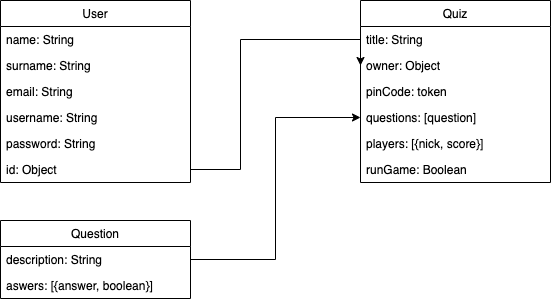
Earlier version of the draw.io export staff/jose-rodriguez/quizzard/quizzard-doc/data-model.png (jmrodri610/skylab-bootcamp-201909). Source tidied: cells renumbered, new cells last; positions are measured from the earlier drawing's top-left corner, leaving out a move shared by most shapes.
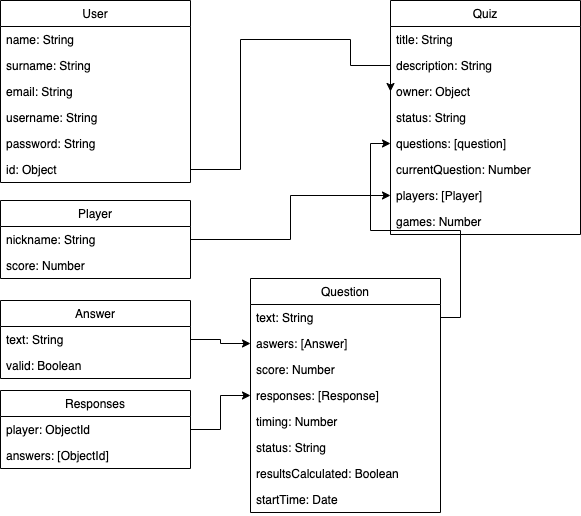
Later version of the same file.

What changed in the source:
```diff
@@ -24,45 +24,107 @@
       <mxGeometry y="156" width="190" height="26" as="geometry" />
     </mxCell>
     <mxCell id="9" value="Quiz" style="swimlane;fontStyle=0;horizontal=1;startSize=26;fillColor=none;" parent="1" vertex="1">
-      <mxGeometry x="360" width="190" height="182" as="geometry" />
+      <mxGeometry x="390" width="190" height="234" as="geometry" />
     </mxCell>
     <mxCell id="10" value="title: String" style="text;strokeColor=none;fillColor=none;align=left;verticalAlign=top;spacingLeft=4;spacingRight=4;overflow=hidden;" parent="9" vertex="1">
       <mxGeometry y="26" width="190" height="26" as="geometry" />
     </mxCell>
+    <mxCell id="21" value="description: String" style="text;strokeColor=none;fillColor=none;align=left;verticalAlign=top;spacingLeft=4;spacingRight=4;overflow=hidden;" parent="9" vertex="1">
+      <mxGeometry y="52" width="190" height="26" as="geometry" />
+    </mxCell>
     <mxCell id="11" value="owner: Object&#10;" style="text;strokeColor=none;fillColor=none;align=left;verticalAlign=top;spacingLeft=4;spacingRight=4;overflow=hidden;points=[[0,0.5],[1,0.5]];portConstraint=eastwest;" parent="9" vertex="1">
-      <mxGeometry y="52" width="190" height="26" as="geometry" />
+      <mxGeometry y="78" width="190" height="26" as="geometry" />
     </mxCell>
-    <mxCell id="12" value="pinCode: token" style="text;strokeColor=none;fillColor=none;align=left;verticalAlign=top;spacingLeft=4;spacingRight=4;overflow=hidden;" parent="9" vertex="1">
-      <mxGeometry y="78" width="190" height="26" as="geometry" />
+    <mxCell id="12" value="status: String" style="text;strokeColor=none;fillColor=none;align=left;verticalAlign=top;spacingLeft=4;spacingRight=4;overflow=hidden;" parent="9" vertex="1">
+      <mxGeometry y="104" width="190" height="26" as="geometry" />
     </mxCell>
     <mxCell id="13" value="questions: [question]" style="text;strokeColor=none;fillColor=none;align=left;verticalAlign=top;spacingLeft=4;spacingRight=4;overflow=hidden;points=[[0,0.5],[1,0.5]];portConstraint=eastwest;" parent="9" vertex="1">
-      <mxGeometry y="104" width="190" height="26" as="geometry" />
+      <mxGeometry y="130" width="190" height="26" as="geometry" />
     </mxCell>
+    <mxCell id="22" value="currentQuestion: Number" style="text;strokeColor=none;fillColor=none;align=left;verticalAlign=top;spacingLeft=4;spacingRight=4;overflow=hidden;" parent="9" vertex="1">
+      <mxGeometry y="156" width="190" height="26" as="geometry" />
+    </mxCell>
-    <mxCell id="14" value="players: [{nick, score}]" style="text;strokeColor=none;fillColor=none;align=left;verticalAlign=top;spacingLeft=4;spacingRight=4;overflow=hidden;points=[[0,0.5],[1,0.5]];portConstraint=eastwest;" parent="9" vertex="1">
-      <mxGeometry y="130" width="190" height="26" as="geometry" />
+    <mxCell id="14" value="players: [Player]" style="text;strokeColor=none;fillColor=none;align=left;verticalAlign=top;spacingLeft=4;spacingRight=4;overflow=hidden;points=[[0,0.5],[1,0.5]];portConstraint=eastwest;" parent="9" vertex="1">
+      <mxGeometry y="182" width="190" height="26" as="geometry" />
     </mxCell>
-    <mxCell id="15" value="runGame: Boolean" style="text;strokeColor=none;fillColor=none;align=left;verticalAlign=top;spacingLeft=4;spacingRight=4;overflow=hidden;" parent="9" vertex="1">
-      <mxGeometry y="156" width="190" height="26" as="geometry" />
+    <mxCell id="15" value="games: Number" style="text;strokeColor=none;fillColor=none;align=left;verticalAlign=top;spacingLeft=4;spacingRight=4;overflow=hidden;" parent="9" vertex="1">
+      <mxGeometry y="208" width="190" height="26" as="geometry" />
     </mxCell>
     <mxCell id="16" style="edgeStyle=orthogonalEdgeStyle;rounded=0;jettySize=auto;html=1;entryX=0;entryY=0.5;entryDx=0;entryDy=0;" parent="1" edge="1" source="8" target="11">
       <mxGeometry relative="1" as="geometry">
         <Array as="points">
           <mxPoint x="240" y="169" />
           <mxPoint x="240" y="39" />
+          <mxPoint x="350" y="39" />
+          <mxPoint x="350" y="65" />
         </Array>
       </mxGeometry>
     </mxCell>
     <mxCell id="17" value="Question" style="swimlane;fontStyle=0;horizontal=1;startSize=26;fillColor=none;" parent="1" vertex="1">
-      <mxGeometry y="220" width="190" height="78" as="geometry" />
+      <mxGeometry x="250" y="278" width="190" height="234" as="geometry" />
     </mxCell>
-    <mxCell id="18" value="description: String" style="text;strokeColor=none;fillColor=none;align=left;verticalAlign=top;spacingLeft=4;spacingRight=4;overflow=hidden;points=[[0,0.5],[1,0.5]];portConstraint=eastwest;" parent="17" vertex="1">
+    <mxCell id="18" value="text: String" style="text;strokeColor=none;fillColor=none;align=left;verticalAlign=top;spacingLeft=4;spacingRight=4;overflow=hidden;points=[[0,0.5],[1,0.5]];portConstraint=eastwest;" parent="17" vertex="1">
       <mxGeometry y="26" width="190" height="26" as="geometry" />
     </mxCell>
+    <mxCell id="23" value="aswers: [Answer]" style="text;strokeColor=none;fillColor=none;align=left;verticalAlign=top;spacingLeft=4;spacingRight=4;overflow=hidden;points=[[0,0.5],[1,0.5]];portConstraint=eastwest;" parent="17" vertex="1">
+      <mxGeometry y="52" width="190" height="26" as="geometry" />
+    </mxCell>
+    <mxCell id="24" value="score: Number" style="text;strokeColor=none;fillColor=none;align=left;verticalAlign=top;spacingLeft=4;spacingRight=4;overflow=hidden;" parent="17" vertex="1">
+      <mxGeometry y="78" width="190" height="26" as="geometry" />
+    </mxCell>
+    <mxCell id="25" value="responses: [Response]" style="text;strokeColor=none;fillColor=none;align=left;verticalAlign=top;spacingLeft=4;spacingRight=4;overflow=hidden;points=[[0,0.5],[1,0.5]];portConstraint=eastwest;" parent="17" vertex="1">
+      <mxGeometry y="104" width="190" height="26" as="geometry" />
+    </mxCell>
+    <mxCell id="26" value="timing: Number" style="text;strokeColor=none;fillColor=none;align=left;verticalAlign=top;spacingLeft=4;spacingRight=4;overflow=hidden;" parent="17" vertex="1">
+      <mxGeometry y="130" width="190" height="26" as="geometry" />
+    </mxCell>
+    <mxCell id="27" value="status: String" style="text;strokeColor=none;fillColor=none;align=left;verticalAlign=top;spacingLeft=4;spacingRight=4;overflow=hidden;" parent="17" vertex="1">
+      <mxGeometry y="156" width="190" height="26" as="geometry" />
+    </mxCell>
-    <mxCell id="19" value="aswers: [{answer, boolean}]" style="text;strokeColor=none;fillColor=none;align=left;verticalAlign=top;spacingLeft=4;spacingRight=4;overflow=hidden;" parent="17" vertex="1">
-      <mxGeometry y="52" width="190" height="26" as="geometry" />
+    <mxCell id="19" value="resultsCalculated: Boolean" style="text;strokeColor=none;fillColor=none;align=left;verticalAlign=top;spacingLeft=4;spacingRight=4;overflow=hidden;" parent="17" vertex="1">
+      <mxGeometry y="182" width="190" height="26" as="geometry" />
     </mxCell>
+    <mxCell id="28" value="startTime: Date" style="text;strokeColor=none;fillColor=none;align=left;verticalAlign=top;spacingLeft=4;spacingRight=4;overflow=hidden;" parent="17" vertex="1">
+      <mxGeometry y="208" width="190" height="26" as="geometry" />
+    </mxCell>
     <mxCell id="20" style="edgeStyle=orthogonalEdgeStyle;rounded=0;jettySize=auto;html=1;exitX=1;exitY=0.5;exitDx=0;exitDy=0;entryX=0;entryY=0.5;entryDx=0;entryDy=0;" parent="1" edge="1" source="18" target="13">
       <mxGeometry relative="1" as="geometry" />
     </mxCell>
+    <mxCell id="29" value="Player" style="swimlane;fontStyle=0;horizontal=1;startSize=26;fillColor=none;" parent="1" vertex="1">
+      <mxGeometry y="200" width="190" height="78" as="geometry" />
+    </mxCell>
+    <mxCell id="30" value="nickname: String" style="text;strokeColor=none;fillColor=none;align=left;verticalAlign=top;spacingLeft=4;spacingRight=4;overflow=hidden;points=[[0,0.5],[1,0.5]];portConstraint=eastwest;" parent="29" vertex="1">
+      <mxGeometry y="26" width="190" height="26" as="geometry" />
+    </mxCell>
+    <mxCell id="31" value="score: Number" style="text;strokeColor=none;fillColor=none;align=left;verticalAlign=top;spacingLeft=4;spacingRight=4;overflow=hidden;" parent="29" vertex="1">
+      <mxGeometry y="52" width="190" height="26" as="geometry" />
+    </mxCell>
+    <mxCell id="32" style="edgeStyle=orthogonalEdgeStyle;rounded=0;jettySize=auto;html=1;" parent="1" edge="1" source="30" target="14">
+      <mxGeometry relative="1" as="geometry" />
+    </mxCell>
+    <mxCell id="33" value="Answer" style="swimlane;fontStyle=0;horizontal=1;startSize=26;fillColor=none;" parent="1" vertex="1">
+      <mxGeometry y="300" width="190" height="78" as="geometry" />
+    </mxCell>
+    <mxCell id="34" value="text: String" style="text;strokeColor=none;fillColor=none;align=left;verticalAlign=top;spacingLeft=4;spacingRight=4;overflow=hidden;points=[[0,0.5],[1,0.5]];portConstraint=eastwest;" parent="33" vertex="1">
+      <mxGeometry y="26" width="190" height="26" as="geometry" />
+    </mxCell>
+    <mxCell id="35" value="valid: Boolean" style="text;strokeColor=none;fillColor=none;align=left;verticalAlign=top;spacingLeft=4;spacingRight=4;overflow=hidden;" parent="33" vertex="1">
+      <mxGeometry y="52" width="190" height="26" as="geometry" />
+    </mxCell>
+    <mxCell id="36" style="edgeStyle=orthogonalEdgeStyle;rounded=0;jettySize=auto;html=1;exitX=1;exitY=0.5;exitDx=0;exitDy=0;entryX=0;entryY=0.5;entryDx=0;entryDy=0;" parent="1" edge="1" source="34" target="23">
+      <mxGeometry relative="1" as="geometry" />
+    </mxCell>
+    <mxCell id="37" value="Responses" style="swimlane;fontStyle=0;horizontal=1;startSize=26;fillColor=none;" parent="1" vertex="1">
+      <mxGeometry y="390" width="190" height="78" as="geometry" />
+    </mxCell>
+    <mxCell id="38" value="player: ObjectId" style="text;strokeColor=none;fillColor=none;align=left;verticalAlign=top;spacingLeft=4;spacingRight=4;overflow=hidden;points=[[0,0.5],[1,0.5]];portConstraint=eastwest;" parent="37" vertex="1">
+      <mxGeometry y="26" width="190" height="26" as="geometry" />
+    </mxCell>
+    <mxCell id="39" value="answers: [ObjectId]" style="text;strokeColor=none;fillColor=none;align=left;verticalAlign=top;spacingLeft=4;spacingRight=4;overflow=hidden;" parent="37" vertex="1">
+      <mxGeometry y="52" width="190" height="26" as="geometry" />
+    </mxCell>
+    <mxCell id="40" style="edgeStyle=orthogonalEdgeStyle;rounded=0;jettySize=auto;html=1;exitX=1;exitY=0.5;exitDx=0;exitDy=0;entryX=0;entryY=0.5;entryDx=0;entryDy=0;" parent="1" edge="1" source="38" target="25">
+      <mxGeometry relative="1" as="geometry" />
+    </mxCell>
   </root>
 </mxGraphModel>
```
